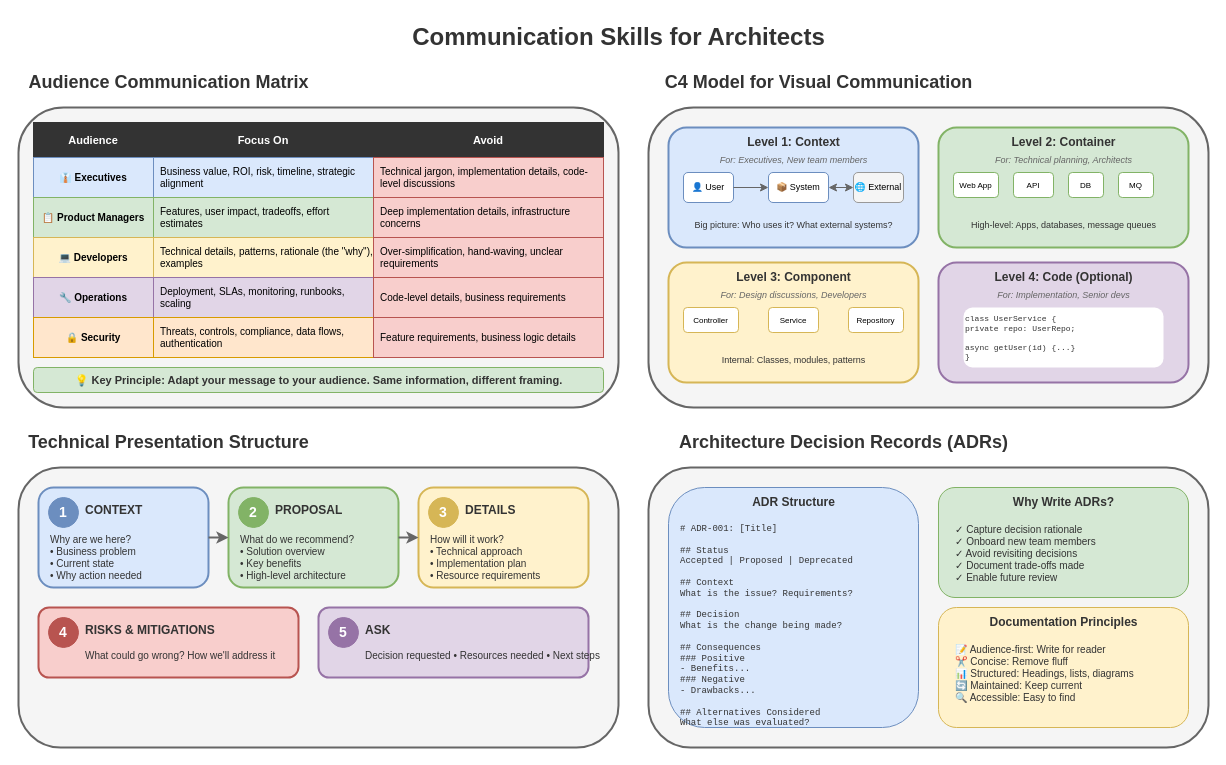
The draw.io diagram lesson-10-soft-skills/diagrams/1.1-communication-skills.drawio in MrParkerZ7/document-lesson-software-architect-x-claude, before the edit. Source tidied: cells renumbered, new cells numbered last; positions are measured from the earlier drawing's top-left corner, leaving out a move shared by most shapes. Both pictures are drawn from the tidied source at 100%, with x=0, y=0 at pixel (18, 17).
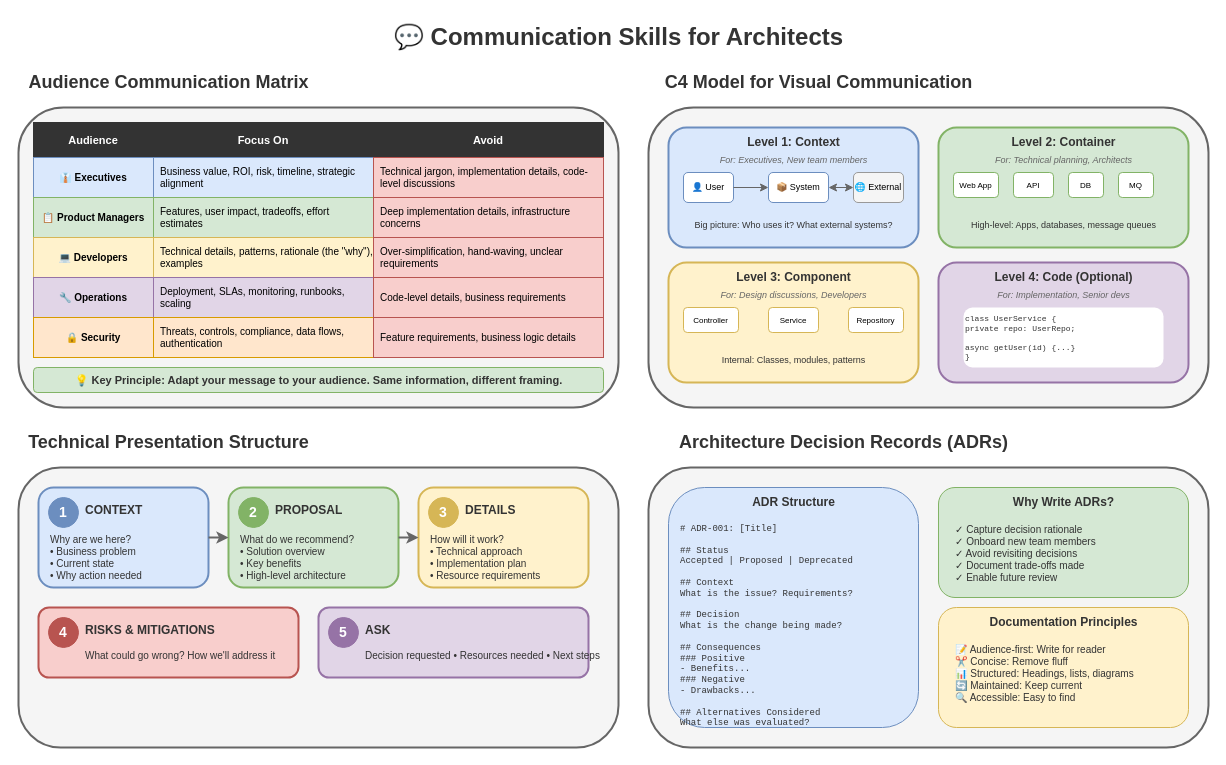
Above is the later version.

What changed in the source:
```diff
@@
-    <mxCell id="2" value="Communication Skills for Architects" style="text;html=1;strokeColor=none;fillColor=none;align=center;verticalAlign=middle;fontSize=24;fontStyle=1;fontColor=#333333;" parent="1" vertex="1">
+    <mxCell id="2" value="💬 Communication Skills for Architects" style="text;html=1;strokeColor=none;fillColor=none;align=center;verticalAlign=middle;fontSize=24;fontStyle=1;fontColor=#333333;" parent="1" vertex="1">
       <mxGeometry x="300" width="600" height="40" as="geometry" />
     </mxCell>
```
